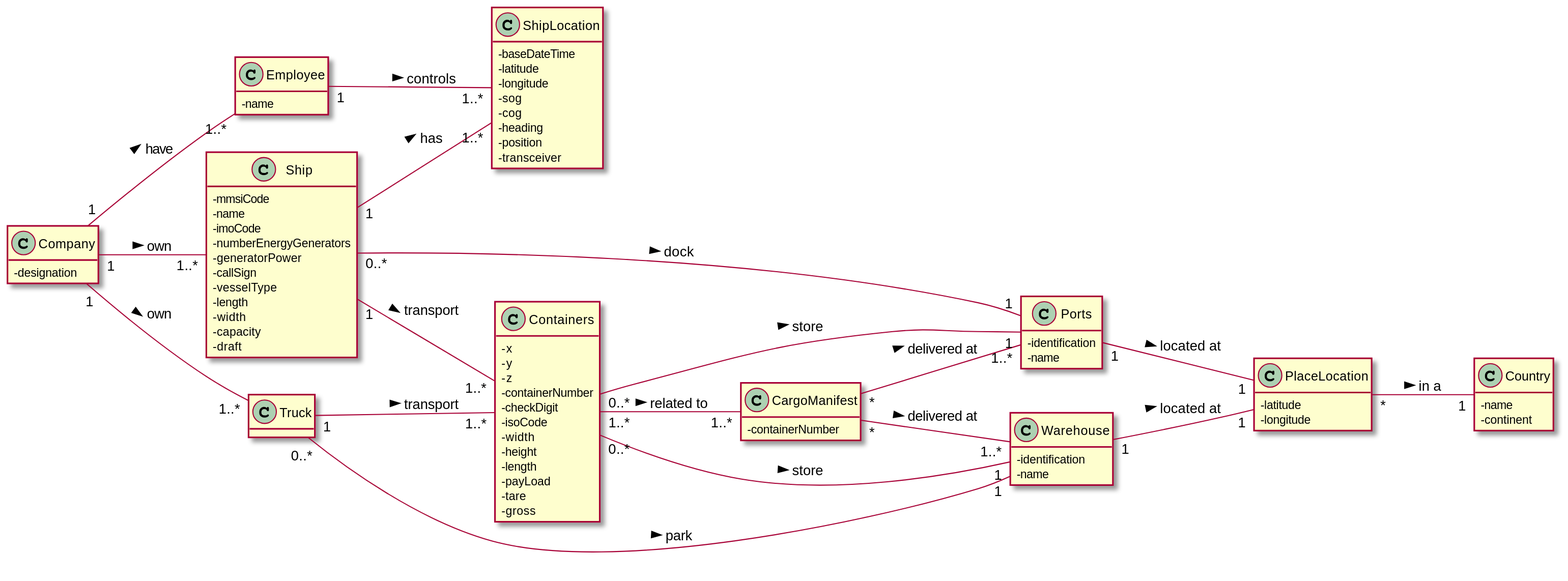
Earlier version of the PlantUML export docs/DM.svg (0franciscor/lapr3-2021-g042).
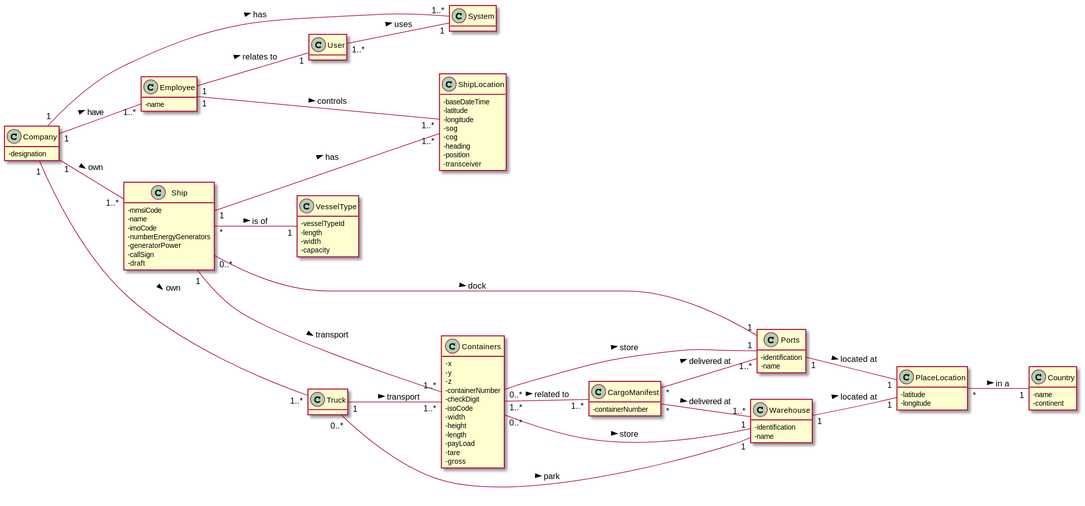
After the change.

Diff of the diagram source:
```diff
@@ -38,11 +38,14 @@
 -numberEnergyGenerators
 -generatorPower
 -callSign
--vesselType
+-draft
+}
+
+class VesselType {
+-vesselTypeId
 -length
 -width
 -capacity
--draft
 }
 
 class Ports {
@@ -84,6 +87,7 @@
 CargoManifest "*" -- "1..*" Warehouse : delivered at >
 
 Company "1"--"1..*" Ship: own >
+Company "1" -- "1..*" System : has >
 Company "1"--"1..*" Employee: have >
 Company "1"--"1..*" Truck: own >
 
@@ -95,14 +99,18 @@
 
 Ports "1" -- "1" PlaceLocation : located at >
 
-Ship "1"--"1..*" Containers : transport >
+Ship "1"---"1..*" Containers : transport >
 Ship "0..*"--"1" Ports: dock >
 Ship "1" -- "1..*" ShipLocation : has >
+Ship "*" -- "1" VesselType : is of >
 
-Employee "1" -- "1..*" ShipLocation : controls >
+Employee "1" --- "1..*" ShipLocation : controls >
+Employee "1" -- "1" User : relates to >
 
 Truck "1"--"1..*" Containers : transport >
 Truck "0..*"--"1" Warehouse: park >
+
+User "1..*" -- "1" System : uses >
 
 Warehouse "1" -- "1" PlaceLocation : located at >
 
```
